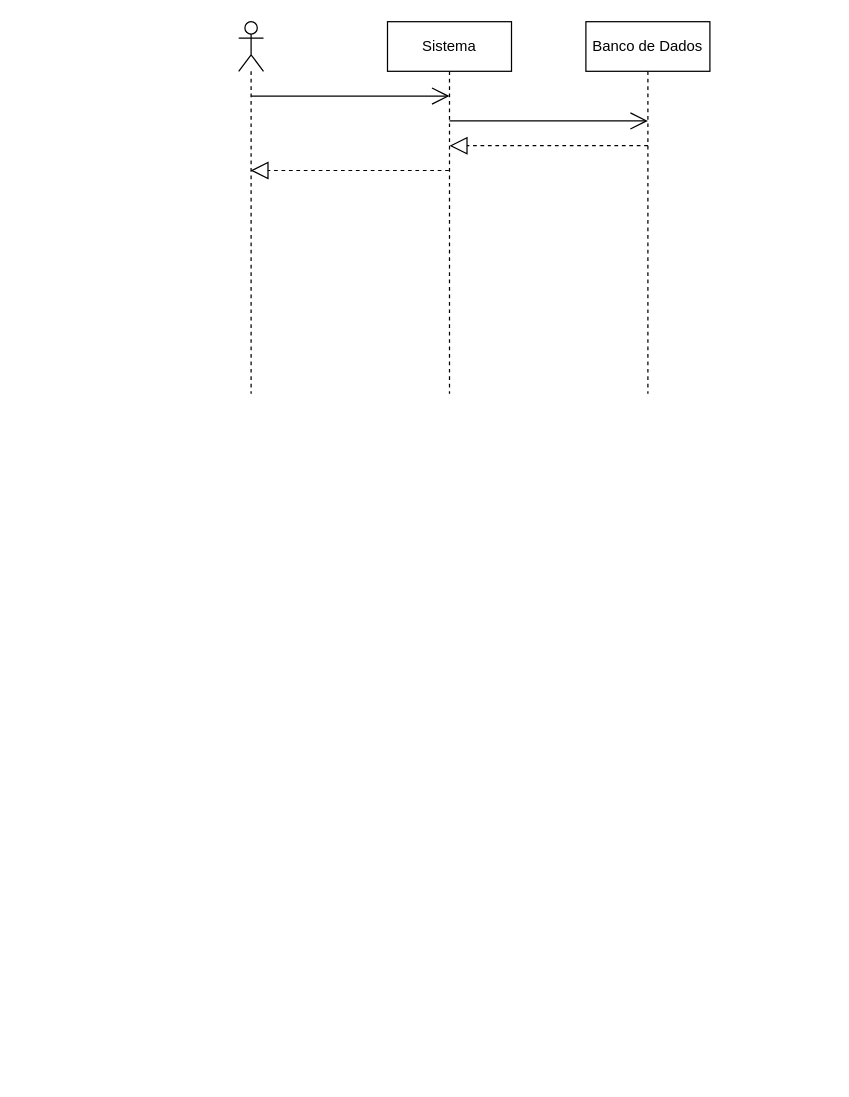
This is page "Listar Funcionário" (7 of 22) of diagramas/sequencias.drawio from lauraesilva-design/SistemaGest-o-Escolar, a draw.io file, before an edit. Source tidied: cells renumbered, new cells numbered last; positions are measured from the earlier drawing's top-left corner, leaving out a move shared by most shapes. Both pictures are drawn from the tidied source at 124%, with x=0, y=0 at pixel (238, 21).
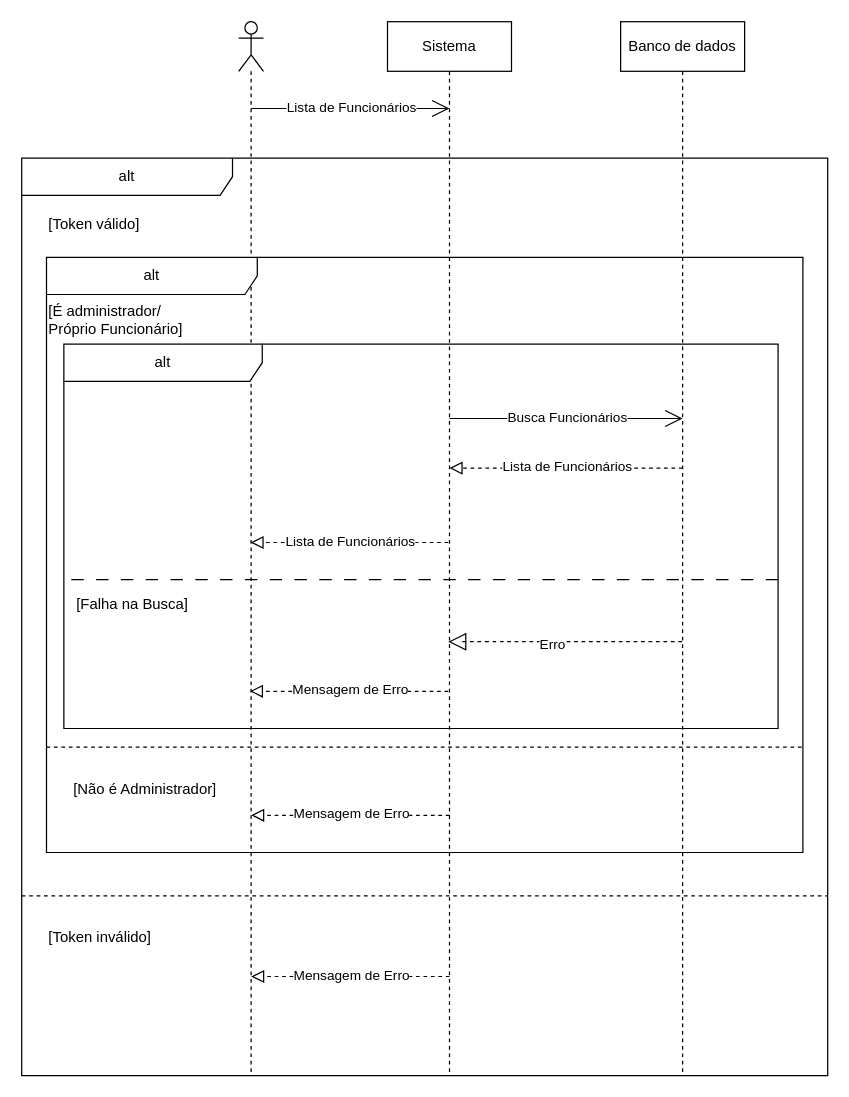
Above is the later version.

What changed in the source:
```diff
@@
-    <mxCell id="2" style="shape=umlLifeline;perimeter=lifelinePerimeter;whiteSpace=wrap;html=1;outlineConnect=0;portConstraint=eastwest;newEdgeStyle={&quot;curved&quot;:0,&quot;rounded&quot;:0};participant=umlActor;" parent="1" vertex="1">
-      <mxGeometry width="20" height="300" as="geometry" />
-    </mxCell>
+    <mxCell id="9" style="shape=umlLifeline;perimeter=lifelinePerimeter;whiteSpace=wrap;html=1;outlineConnect=0;portConstraint=eastwest;newEdgeStyle={&quot;curved&quot;:0,&quot;rounded&quot;:0};participant=umlActor;" parent="1" vertex="1">
+      <mxGeometry width="20" height="850" as="geometry" />
+    </mxCell>
     <mxCell id="3" value="Sistema" style="shape=umlLifeline;perimeter=lifelinePerimeter;whiteSpace=wrap;html=1;outlineConnect=0;portConstraint=eastwest;newEdgeStyle={&quot;curved&quot;:0,&quot;rounded&quot;:0};" parent="1" vertex="1">
-      <mxGeometry x="120" width="100" height="300" as="geometry" />
+      <mxGeometry x="120" width="100" height="850" as="geometry" />
     </mxCell>
-    <mxCell id="4" value="Banco de Dados" style="shape=umlLifeline;perimeter=lifelinePerimeter;whiteSpace=wrap;html=1;newEdgeStyle={&quot;curved&quot;:0,&quot;rounded&quot;:0};" parent="1" vertex="1">
-      <mxGeometry x="280" width="100" height="300" as="geometry" />
-    </mxCell>
-    <mxCell id="5" style="endArrow=open;endFill=1;endSize=12;html=1;" parent="1" edge="1">
-      <mxGeometry relative="1" as="geometry">
-        <mxPoint x="10" y="60" as="sourcePoint" />
-        <mxPoint x="170" y="60" as="targetPoint" />
-      </mxGeometry>
-    </mxCell>
-    <mxCell id="6" style="endArrow=open;endFill=1;endSize=12;html=1;" parent="1" edge="1">
-      <mxGeometry relative="1" as="geometry">
-        <mxPoint x="170" y="80" as="sourcePoint" />
-        <mxPoint x="330" y="80" as="targetPoint" />
-      </mxGeometry>
-    </mxCell>
-    <mxCell id="7" style="endArrow=block;dashed=1;endFill=0;endSize=12;html=1;" parent="1" edge="1">
-      <mxGeometry relative="1" as="geometry">
-        <mxPoint x="330" y="100" as="sourcePoint" />
-        <mxPoint x="170" y="100" as="targetPoint" />
-      </mxGeometry>
-    </mxCell>
-    <mxCell id="8" style="endArrow=block;dashed=1;endFill=0;endSize=12;html=1;" parent="1" edge="1" source="3" target="2">
-      <mxGeometry relative="1" as="geometry">
-        <Array as="points">
-          <mxPoint x="120" y="120" />
-        </Array>
-      </mxGeometry>
-    </mxCell>
+    <mxCell id="10" value="Banco de dados" style="shape=umlLifeline;perimeter=lifelinePerimeter;whiteSpace=wrap;html=1;newEdgeStyle={&quot;curved&quot;:0,&quot;rounded&quot;:0};" parent="1" vertex="1">
+      <mxGeometry x="308" width="100" height="850" as="geometry" />
+    </mxCell>
+    <mxCell id="11" style="endArrow=open;endFill=1;endSize=12;html=1;" parent="1" edge="1">
+      <mxGeometry relative="1" as="geometry">
+        <mxPoint x="10" y="70" as="sourcePoint" />
+        <mxPoint x="170" y="70" as="targetPoint" />
+      </mxGeometry>
+    </mxCell>
+    <mxCell id="12" value="Lista de Funcionários" style="edgeLabel;html=1;align=center;verticalAlign=middle;" parent="11" vertex="1">
+      <mxGeometry relative="1" as="geometry">
+        <mxPoint y="-2" as="offset" />
+      </mxGeometry>
+    </mxCell>
+    <mxCell id="13" value="alt" style="shape=umlFrame;whiteSpace=wrap;html=1;width=170;" parent="1" vertex="1">
+      <mxGeometry x="-175" y="110" width="650" height="740" as="geometry" />
+    </mxCell>
+    <mxCell id="14" value="[Token válido]" style="text;html=1;" parent="13" vertex="1">
+      <mxGeometry width="160" height="20" relative="1" as="geometry">
+        <mxPoint x="20" y="40" as="offset" />
+      </mxGeometry>
+    </mxCell>
+    <mxCell id="15" value="alt" style="shape=umlFrame;whiteSpace=wrap;html=1;width=170;" parent="13" vertex="1">
+      <mxGeometry x="20" y="80" width="610" height="480" as="geometry" />
+    </mxCell>
+    <mxCell id="16" value="[É administrador/&lt;div&gt;Próprio Funcionário]&lt;/div&gt;" style="text;html=1;" parent="15" vertex="1">
+      <mxGeometry width="160" height="20" relative="1" as="geometry">
+        <mxPoint y="30" as="offset" />
+      </mxGeometry>
+    </mxCell>
+    <mxCell id="17" style="endArrow=open;endFill=1;endSize=12;html=1;" parent="15" edge="1">
+      <mxGeometry relative="1" as="geometry">
+        <mxPoint x="325" y="130" as="sourcePoint" />
+        <mxPoint x="513" y="130" as="targetPoint" />
+      </mxGeometry>
+    </mxCell>
+    <mxCell id="18" value="Busca Funcionários" style="edgeLabel;html=1;align=center;verticalAlign=middle;" parent="17" vertex="1">
+      <mxGeometry relative="1" as="geometry">
+        <mxPoint y="-2" as="offset" />
+      </mxGeometry>
+    </mxCell>
+    <mxCell id="19" style="endArrow=block;startArrow=none;endFill=0;startFill=0;endSize=8;html=1;verticalAlign=bottom;dashed=1;labelBackgroundColor=none;" parent="15" edge="1">
+      <mxGeometry relative="1" as="geometry">
+        <mxPoint x="513" y="170" as="sourcePoint" />
+        <mxPoint x="325" y="170" as="targetPoint" />
+      </mxGeometry>
+    </mxCell>
+    <mxCell id="20" value="Lista de Funcionários" style="edgeLabel;html=1;align=center;verticalAlign=middle;" parent="19" vertex="1">
+      <mxGeometry relative="1" as="geometry">
+        <mxPoint y="-2" as="offset" />
+      </mxGeometry>
+    </mxCell>
+    <mxCell id="21" style="endArrow=block;startArrow=none;endFill=0;startFill=0;endSize=8;html=1;verticalAlign=bottom;dashed=1;labelBackgroundColor=none;" parent="15" edge="1" target="9">
+      <mxGeometry relative="1" as="geometry">
+        <mxPoint x="324" y="230" as="sourcePoint" />
+      </mxGeometry>
+    </mxCell>
+    <mxCell id="22" value="Lista de Funcionários" style="edgeLabel;html=1;align=center;verticalAlign=middle;" parent="21" vertex="1">
+      <mxGeometry relative="1" as="geometry">
+        <mxPoint y="-2" as="offset" />
+      </mxGeometry>
+    </mxCell>
+    <mxCell id="23" value="[Não é Administrador]" style="line;strokeWidth=1;dashed=1;labelPosition=center;verticalLabelPosition=bottom;align=left;verticalAlign=top;spacingLeft=20;spacingTop=15;html=1;whiteSpace=wrap;" parent="15" vertex="1">
+      <mxGeometry y="390" width="610" height="10" as="geometry" />
+    </mxCell>
+    <mxCell id="24" style="endArrow=block;startArrow=none;endFill=0;startFill=0;endSize=8;html=1;verticalAlign=bottom;dashed=1;labelBackgroundColor=none;" parent="15" edge="1">
+      <mxGeometry relative="1" as="geometry">
+        <mxPoint x="325" y="450" as="sourcePoint" />
+        <mxPoint x="165" y="450" as="targetPoint" />
+      </mxGeometry>
+    </mxCell>
+    <mxCell id="25" value="Mensagem de Erro" style="edgeLabel;html=1;align=center;verticalAlign=middle;" parent="24" vertex="1">
+      <mxGeometry relative="1" as="geometry">
+        <mxPoint y="-2" as="offset" />
+      </mxGeometry>
+    </mxCell>
+    <mxCell id="26" value="alt" style="shape=umlFrame;whiteSpace=wrap;html=1;width=160;" parent="15" vertex="1">
+      <mxGeometry x="14" y="70" width="576" height="310" as="geometry" />
+    </mxCell>
+    <mxCell id="27" style="endArrow=none;startArrow=none;endFill=0;startFill=0;endSize=8;html=1;verticalAlign=bottom;dashed=1;labelBackgroundColor=none;dashPattern=10 10;" parent="26" edge="1">
+      <mxGeometry relative="1" as="geometry">
+        <mxPoint x="6" y="190" as="sourcePoint" />
+        <mxPoint x="576" y="190" as="targetPoint" />
+      </mxGeometry>
+    </mxCell>
+    <mxCell id="28" style="endArrow=block;dashed=1;endFill=0;endSize=12;html=1;" parent="26" edge="1">
+      <mxGeometry relative="1" as="geometry">
+        <mxPoint x="498.5" y="240" as="sourcePoint" />
+        <mxPoint x="310" y="240" as="targetPoint" />
+        <Array as="points">
+          <mxPoint x="420.5" y="240" />
+          <mxPoint x="370" y="240" />
+          <mxPoint x="350" y="240" />
+          <mxPoint x="330" y="240" />
+          <mxPoint x="320" y="240" />
+        </Array>
+      </mxGeometry>
+    </mxCell>
+    <mxCell id="29" value="Erro" style="edgeLabel;html=1;align=center;verticalAlign=middle;" parent="28" vertex="1">
+      <mxGeometry x="0.06" y="1" relative="1" as="geometry">
+        <mxPoint x="-5" as="offset" />
+      </mxGeometry>
+    </mxCell>
+    <mxCell id="30" style="endArrow=block;startArrow=none;endFill=0;startFill=0;endSize=8;html=1;verticalAlign=bottom;dashed=1;labelBackgroundColor=none;" parent="26" edge="1">
+      <mxGeometry relative="1" as="geometry">
+        <mxPoint x="310" y="280" as="sourcePoint" />
+        <mxPoint x="150" y="280" as="targetPoint" />
+      </mxGeometry>
+    </mxCell>
+    <mxCell id="31" value="Mensagem de Erro" style="edgeLabel;html=1;align=center;verticalAlign=middle;" parent="30" vertex="1">
+      <mxGeometry relative="1" as="geometry">
+        <mxPoint y="-2" as="offset" />
+      </mxGeometry>
+    </mxCell>
+    <mxCell id="32" value="[Falha na Busca]" style="text;html=1;align=center;verticalAlign=middle;strokeColor=none;fillColor=none;" parent="26" vertex="1">
+      <mxGeometry y="195" width="110" height="30" as="geometry" />
+    </mxCell>
+    <mxCell id="33" value="[Token inválido]" style="line;strokeWidth=1;dashed=1;labelPosition=center;verticalLabelPosition=bottom;align=left;verticalAlign=top;spacingLeft=20;spacingTop=15;html=1;whiteSpace=wrap;" parent="13" vertex="1">
+      <mxGeometry y="590" width="650" height="10" as="geometry" />
+    </mxCell>
+    <mxCell id="34" style="endArrow=block;startArrow=none;endFill=0;startFill=0;endSize=8;html=1;verticalAlign=bottom;dashed=1;labelBackgroundColor=none;" parent="13" edge="1">
+      <mxGeometry relative="1" as="geometry">
+        <mxPoint x="345" y="660" as="sourcePoint" />
+        <mxPoint x="185" y="660" as="targetPoint" />
+      </mxGeometry>
+    </mxCell>
+    <mxCell id="35" value="Mensagem de Erro" style="edgeLabel;html=1;align=center;verticalAlign=middle;" parent="34" vertex="1">
+      <mxGeometry relative="1" as="geometry">
+        <mxPoint y="-2" as="offset" />
+      </mxGeometry>
+    </mxCell>
```
